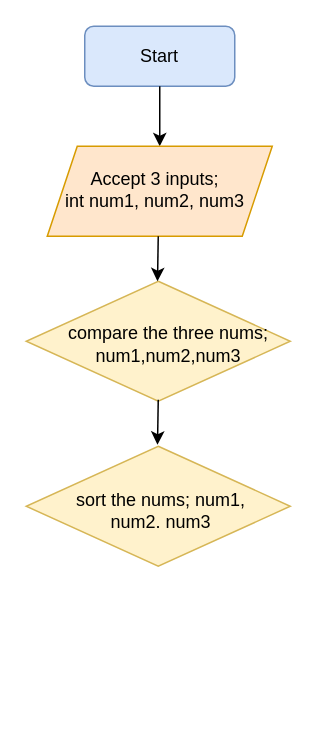
Earlier version of the draw.io diagram Untitled Diagram.drawio (redolfosei/flowCharts). Source tidied: cells renumbered, new cells numbered last; positions are measured from the earlier drawing's top-left corner, leaving out a move shared by most shapes. Both pictures are drawn from the tidied source at 150%, with x=0, y=0 at pixel (26, 26).
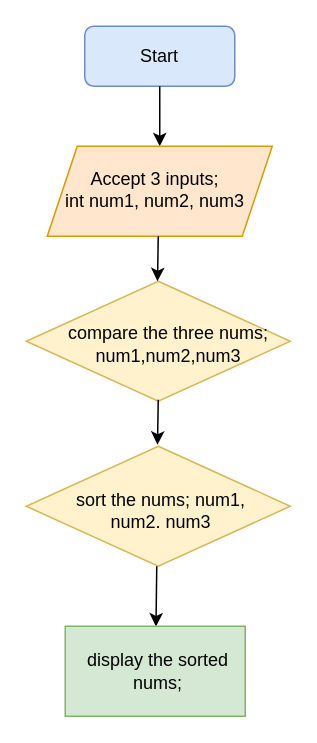
Above is the later version.

Commit message:
Flow chart to read in three numbers and writes them all in sorted order.drawio

What changed in the source:
```diff
@@
 <mxGraphModel>
   <root>
     <mxCell id="0" />
     <mxCell id="1" parent="0" />
     <mxCell id="2" style="rounded=1;whiteSpace=wrap;html=1;fillColor=#dae8fc;strokeColor=#6c8ebf;" parent="1" vertex="1">
       <mxGeometry x="39" width="100" height="40" as="geometry" />
     </mxCell>
     <mxCell id="3" value="Start" style="text;html=1;strokeColor=none;fillColor=none;align=center;verticalAlign=middle;whiteSpace=wrap;rounded=0;" parent="1" vertex="1">
       <mxGeometry x="59" y="5" width="60" height="30" as="geometry" />
     </mxCell>
     <mxCell id="4" style="endArrow=classic;html=1;rounded=0;exitX=0.5;exitY=1;exitDx=0;exitDy=0;" parent="1" edge="1">
       <mxGeometry relative="1" as="geometry">
         <mxPoint x="89" y="40" as="sourcePoint" />
         <mxPoint x="89" y="80" as="targetPoint" />
       </mxGeometry>
     </mxCell>
     <mxCell id="5" style="shape=parallelogram;perimeter=parallelogramPerimeter;whiteSpace=wrap;html=1;fixedSize=1;fillColor=#ffe6cc;strokeColor=#d79b00;" parent="1" vertex="1">
       <mxGeometry x="14" y="80" width="150" height="60" as="geometry" />
     </mxCell>
     <mxCell id="6" value="Accept 3 inputs;&lt;br&gt;int num1, num2, num3" style="text;html=1;strokeColor=none;fillColor=none;align=center;verticalAlign=middle;whiteSpace=wrap;rounded=0;" parent="1" vertex="1">
       <mxGeometry x="6" y="94" width="160" height="30" as="geometry" />
     </mxCell>
     <mxCell id="7" style="rhombus;whiteSpace=wrap;html=1;fillColor=#fff2cc;strokeColor=#d6b656;" parent="1" vertex="1">
       <mxGeometry y="170" width="176" height="80" as="geometry" />
     </mxCell>
     <mxCell id="8" value="compare the three nums; num1,num2,num3" style="text;html=1;strokeColor=none;fillColor=none;align=center;verticalAlign=middle;whiteSpace=wrap;rounded=0;" parent="1" vertex="1">
       <mxGeometry x="20" y="197" width="150" height="30" as="geometry" />
     </mxCell>
     <mxCell id="9" style="endArrow=classic;html=1;rounded=0;" parent="1" edge="1">
       <mxGeometry relative="1" as="geometry">
         <mxPoint x="88" y="140" as="sourcePoint" />
         <mxPoint x="87.5" y="170" as="targetPoint" />
       </mxGeometry>
     </mxCell>
     <mxCell id="10" style="endArrow=classic;html=1;rounded=0;" parent="1" edge="1">
       <mxGeometry relative="1" as="geometry">
         <mxPoint x="88" y="249" as="sourcePoint" />
         <mxPoint x="87.5" y="279" as="targetPoint" />
       </mxGeometry>
     </mxCell>
     <mxCell id="11" style="rhombus;whiteSpace=wrap;html=1;fillColor=#fff2cc;strokeColor=#d6b656;" parent="1" vertex="1">
       <mxGeometry y="280" width="176" height="80" as="geometry" />
     </mxCell>
     <mxCell id="12" value="sort the nums; num1, num2. num3" style="text;html=1;strokeColor=none;fillColor=none;align=center;verticalAlign=middle;whiteSpace=wrap;rounded=0;" parent="1" vertex="1">
       <mxGeometry x="15" y="309" width="150" height="27" as="geometry" />
     </mxCell>
+    <mxCell id="13" style="endArrow=classic;html=1;rounded=0;exitX=0.5;exitY=1;exitDx=0;exitDy=0;" parent="1" edge="1">
+      <mxGeometry relative="1" as="geometry">
+        <mxPoint x="87" y="360" as="sourcePoint" />
+        <mxPoint x="86.5" y="400.2" as="targetPoint" />
+      </mxGeometry>
+    </mxCell>
+    <mxCell id="14" style="rounded=0;whiteSpace=wrap;html=1;fillColor=#d5e8d4;strokeColor=#82b366;" parent="1" vertex="1">
+      <mxGeometry x="26" y="400" width="120" height="60" as="geometry" />
+    </mxCell>
+    <mxCell id="15" value="display the sorted nums;" style="text;html=1;strokeColor=none;fillColor=none;align=center;verticalAlign=middle;whiteSpace=wrap;rounded=0;" parent="1" vertex="1">
+      <mxGeometry x="37.5" y="415" width="100" height="30" as="geometry" />
+    </mxCell>
   </root>
 </mxGraphModel>
```
